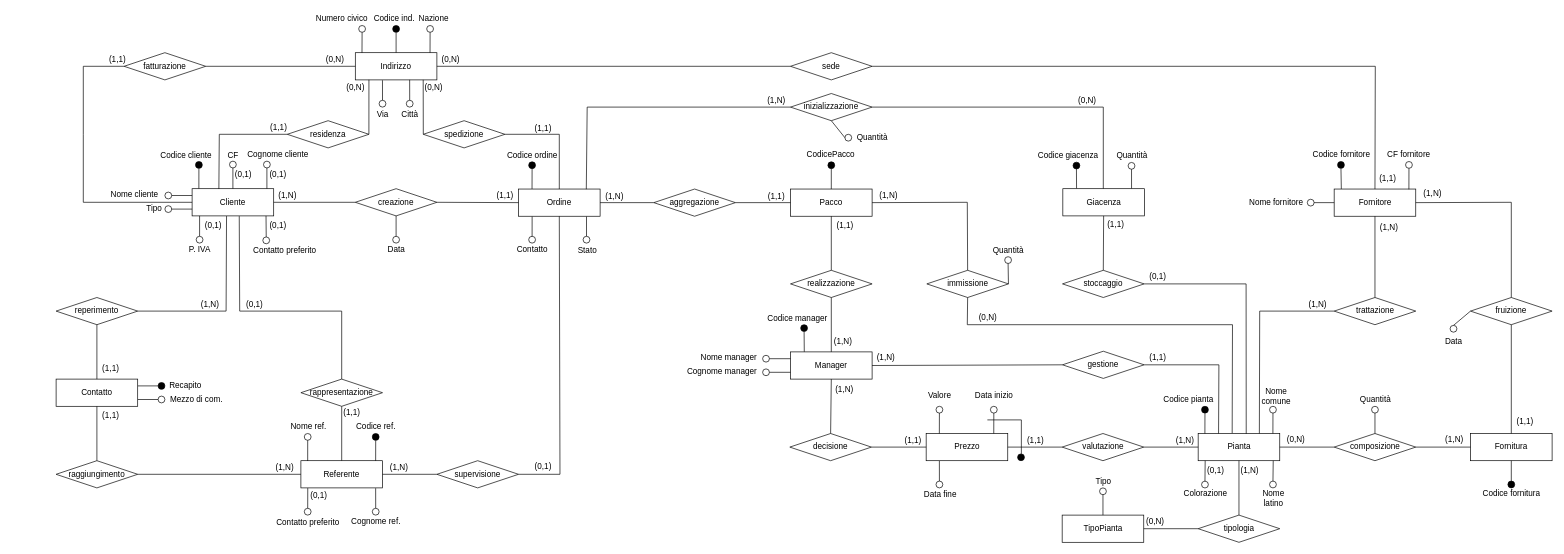
This is ER-diagrams/ER-master-bis.drawio from nic-agos/Verde-S.R.L, a draw.io file, before an edit. Source tidied: cells renumbered, new cells numbered last; positions are measured from the earlier drawing's top-left corner, leaving out a move shared by most shapes. Both pictures are drawn from the tidied source at 68%, with x=0, y=0 at pixel (56, 12).
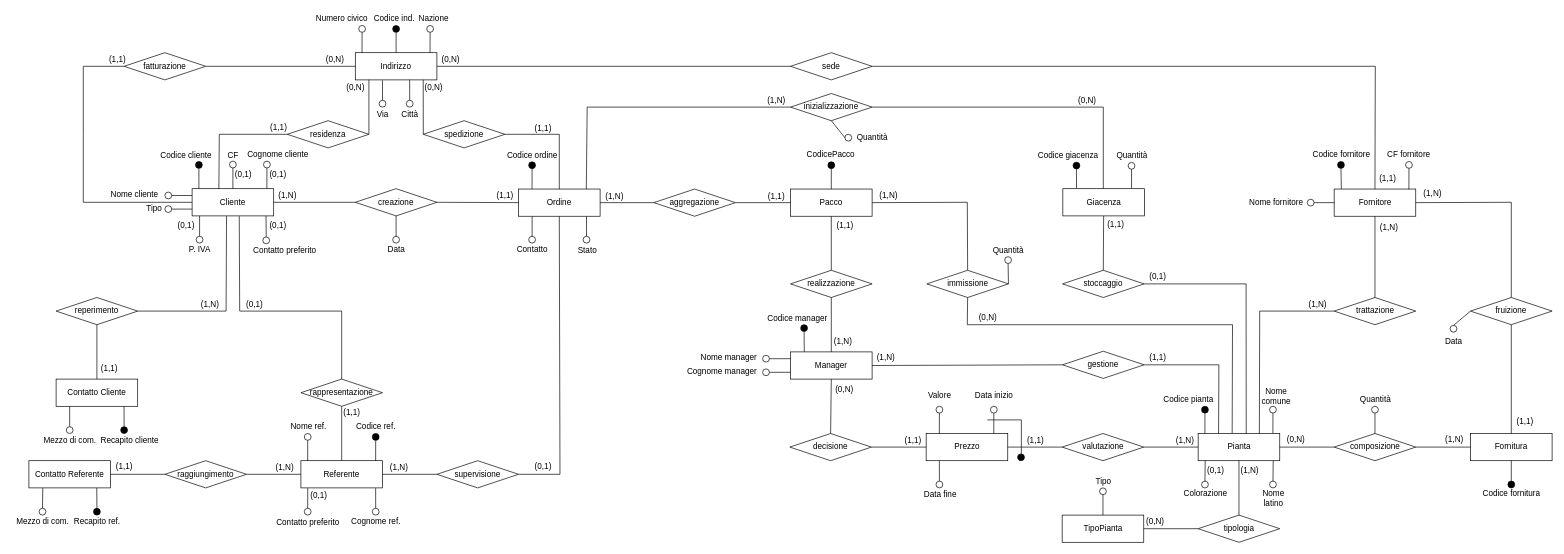
The same diagram, later.

Unchanged cells that the change refers to:
```xml
<mxCell id="206" value="reperimento" style="rhombus;whiteSpace=wrap;html=1;" parent="1" vertex="1">
  <mxGeometry y="420" width="120" height="40" as="geometry" />
</mxCell>
```

Diff of the diagram source:
```diff
@@
-    <mxCell id="96" value="(1,N)" style="text;html=1;align=center;verticalAlign=middle;strokeColor=none;fillColor=none;" parent="1" vertex="1">
+    <mxCell id="96" value="(0,N)" style="text;html=1;align=center;verticalAlign=middle;strokeColor=none;fillColor=none;" parent="1" vertex="1">
       <mxGeometry x="1139" y="546" width="40" height="20" as="geometry" />
     </mxCell>
@@
     <mxCell id="174" style="ellipse;whiteSpace=wrap;html=1;strokeWidth=1;fillColor=#000000;" parent="1" vertex="1">
-      <mxGeometry x="150" y="545" width="10" height="10" as="geometry" />
+      <mxGeometry x="55" y="730" width="10" height="10" as="geometry" />
     </mxCell>
     <mxCell id="175" style="ellipse;whiteSpace=wrap;html=1;strokeWidth=1;fillColor=none;" parent="1" vertex="1">
-      <mxGeometry x="150" y="565" width="10" height="10" as="geometry" />
+      <mxGeometry x="-25" y="730" width="10" height="10" as="geometry" />
     </mxCell>
-    <mxCell id="176" style="endArrow=none;html=1;rounded=0;entryX=0;entryY=0.5;entryDx=0;entryDy=0;exitX=1;exitY=0.25;exitDx=0;exitDy=0;" parent="1" edge="1" source="188" target="174">
-      <mxGeometry relative="1" as="geometry" />
-    </mxCell>
-    <mxCell id="177" style="endArrow=none;html=1;rounded=0;entryX=0;entryY=0.5;entryDx=0;entryDy=0;exitX=1;exitY=0.75;exitDx=0;exitDy=0;" parent="1" edge="1" source="188" target="175">
+    <mxCell id="177" style="endArrow=none;html=1;rounded=0;entryX=0.17;entryY=1.005;entryDx=0;entryDy=0;exitX=0.5;exitY=0;exitDx=0;exitDy=0;entryPerimeter=0;" parent="1" edge="1" source="175" target="188">
       <mxGeometry relative="1" as="geometry" />
     </mxCell>
-    <mxCell id="178" value="Recapito" style="text;html=1;align=center;verticalAlign=middle;strokeColor=none;fillColor=none;" parent="1" vertex="1">
-      <mxGeometry x="160" y="540" width="60" height="20" as="geometry" />
+    <mxCell id="178" value="Recapito ref." style="text;html=1;align=center;verticalAlign=middle;strokeColor=none;fillColor=none;" parent="1" vertex="1">
+      <mxGeometry x="20" y="740" width="80" height="20" as="geometry" />
     </mxCell>
     <mxCell id="179" value="Mezzo di com." style="text;html=1;align=center;verticalAlign=middle;strokeColor=none;fillColor=none;" parent="1" vertex="1">
-      <mxGeometry x="161" y="560" width="90" height="20" as="geometry" />
+      <mxGeometry x="-65" y="740" width="90" height="20" as="geometry" />
     </mxCell>
@@
-    <mxCell id="188" value="Contatto" style="rounded=0;whiteSpace=wrap;html=1;strokeWidth=1;perimeterSpacing=0;" parent="1" vertex="1">
-      <mxGeometry y="540" width="120" height="40" as="geometry" />
+    <mxCell id="188" value="Contatto Referente" style="rounded=0;whiteSpace=wrap;html=1;strokeWidth=1;perimeterSpacing=0;" parent="1" vertex="1">
+      <mxGeometry x="-40" y="660" width="120" height="40" as="geometry" />
     </mxCell>
@@
     <mxCell id="197" value="(0,1)" style="text;html=1;align=center;verticalAlign=middle;strokeColor=none;fillColor=none;" parent="1" vertex="1">
-      <mxGeometry x="211" y="305" width="40" height="20" as="geometry" />
+      <mxGeometry x="171" y="305" width="40" height="20" as="geometry" />
     </mxCell>
@@
     <mxCell id="203" value="raggiungimento" style="rhombus;whiteSpace=wrap;html=1;" parent="1" vertex="1">
-      <mxGeometry y="660" width="120" height="40" as="geometry" />
+      <mxGeometry x="160" y="660" width="120" height="40" as="geometry" />
     </mxCell>
-    <mxCell id="204" style="endArrow=none;html=1;rounded=0;entryX=0.5;entryY=1;entryDx=0;entryDy=0;exitX=0.5;exitY=0;exitDx=0;exitDy=0;" parent="1" edge="1" source="203" target="188">
-      <mxGeometry relative="1" as="geometry" />
-    </mxCell>
@@
-    <mxCell id="207" style="endArrow=none;html=1;rounded=0;entryX=0.5;entryY=1;entryDx=0;entryDy=0;exitX=0.5;exitY=0;exitDx=0;exitDy=0;" parent="1" edge="1" source="188" target="206">
+    <mxCell id="207" style="endArrow=none;html=1;rounded=0;entryX=0.5;entryY=1;entryDx=0;entryDy=0;exitX=0.5;exitY=0;exitDx=0;exitDy=0;" parent="1" edge="1" source="262" target="206">
       <mxGeometry relative="1" as="geometry" />
     </mxCell>
@@
     <mxCell id="209" value="(1,1)" style="text;html=1;align=center;verticalAlign=middle;strokeColor=none;fillColor=none;" parent="1" vertex="1">
-      <mxGeometry x="60" y="515" width="40" height="20" as="geometry" />
+      <mxGeometry x="58" y="515" width="40" height="20" as="geometry" />
     </mxCell>
@@
     <mxCell id="211" value="(1,1)" style="text;html=1;align=center;verticalAlign=middle;strokeColor=none;fillColor=none;" parent="1" vertex="1">
-      <mxGeometry x="60" y="584" width="40" height="20" as="geometry" />
+      <mxGeometry x="80" y="659" width="40" height="20" as="geometry" />
     </mxCell>
@@
+    <mxCell id="260" style="endArrow=none;html=1;rounded=0;exitX=1;exitY=0.5;exitDx=0;exitDy=0;entryX=0;entryY=0.5;entryDx=0;entryDy=0;" parent="1" edge="1" source="188" target="203">
+      <mxGeometry relative="1" as="geometry" />
+    </mxCell>
+    <mxCell id="261" style="endArrow=none;html=1;rounded=0;exitX=0.5;exitY=0;exitDx=0;exitDy=0;entryX=0.832;entryY=1;entryDx=0;entryDy=0;entryPerimeter=0;" parent="1" edge="1" source="174" target="188">
+      <mxGeometry relative="1" as="geometry" />
+    </mxCell>
+    <mxCell id="262" value="Contatto Cliente" style="rounded=0;whiteSpace=wrap;html=1;strokeWidth=1;perimeterSpacing=0;" parent="1" vertex="1">
+      <mxGeometry y="540" width="120" height="40" as="geometry" />
+    </mxCell>
+    <mxCell id="263" style="ellipse;whiteSpace=wrap;html=1;strokeWidth=1;fillColor=#000000;" parent="1" vertex="1">
+      <mxGeometry x="95" y="610" width="10" height="10" as="geometry" />
+    </mxCell>
+    <mxCell id="264" style="ellipse;whiteSpace=wrap;html=1;strokeWidth=1;fillColor=none;" parent="1" vertex="1">
+      <mxGeometry x="15" y="610" width="10" height="10" as="geometry" />
+    </mxCell>
+    <mxCell id="265" style="endArrow=none;html=1;rounded=0;exitX=0.5;exitY=0;exitDx=0;exitDy=0;entryX=0.166;entryY=1.006;entryDx=0;entryDy=0;entryPerimeter=0;" parent="1" edge="1" source="264" target="262">
+      <mxGeometry relative="1" as="geometry" />
+    </mxCell>
+    <mxCell id="266" value="Recapito cliente" style="text;html=1;align=center;verticalAlign=middle;strokeColor=none;fillColor=none;" parent="1" vertex="1">
+      <mxGeometry x="58" y="621" width="100" height="20" as="geometry" />
+    </mxCell>
+    <mxCell id="267" value="Mezzo di com." style="text;html=1;align=center;verticalAlign=middle;strokeColor=none;fillColor=none;" parent="1" vertex="1">
+      <mxGeometry x="-25" y="620" width="90" height="20" as="geometry" />
+    </mxCell>
+    <mxCell id="268" style="endArrow=none;html=1;rounded=0;exitX=0.5;exitY=0;exitDx=0;exitDy=0;entryX=0.833;entryY=0.998;entryDx=0;entryDy=0;entryPerimeter=0;" parent="1" edge="1" source="263" target="262">
+      <mxGeometry relative="1" as="geometry" />
+    </mxCell>
```
